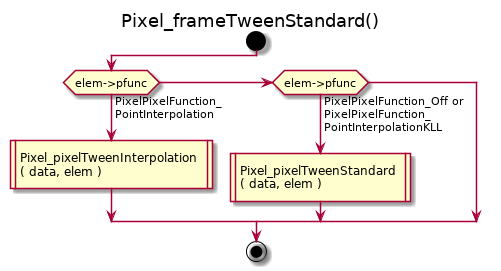
Above: doc/uml/Pixel_frameTweenStandard.png in kluelogic/controller (PlantUML), before the change.
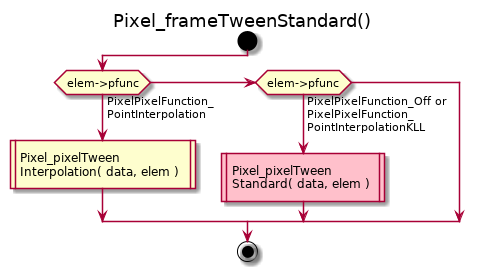
Later version of the same file.

Change to the diagram source:
```diff
@@ -2,9 +2,9 @@
 title Pixel_frameTweenStandard()
 start
 if (elem->pfunc) then (PixelPixelFunction_\nPointInterpolation)
- :Pixel_pixelTweenInterpolation\n( data, elem )|
+ :Pixel_pixelTween\nInterpolation( data, elem )|
 elseif (elem->pfunc) then (PixelPixelFunction_Off or\nPixelPixelFunction_\nPointInterpolationKLL)
- :Pixel_pixelTweenStandard\n( data, elem )|
+ #Pink:Pixel_pixelTween\nStandard( data, elem )|
 endif
 stop
 @enduml
```
